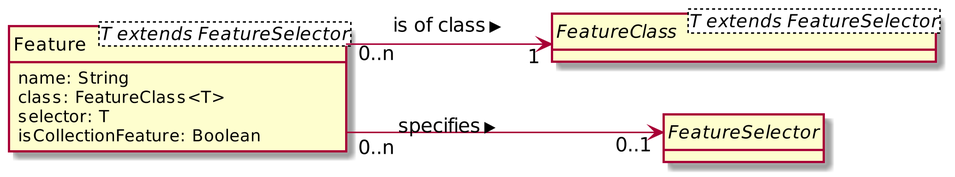
Above: src/main/resources/dsl/features.png in TheGreyKoala/master-thesis (PlantUML), before the change.
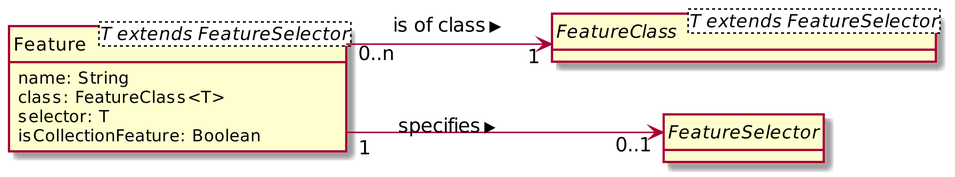
After the commit.

What changed in the source:
```diff
@@ -16,5 +16,5 @@
 abstract class FeatureSelector
 
 Feature "0..n" --> "1" FeatureClass : > is of class
-Feature "0..n" --> "0..1" FeatureSelector : > specifies
+Feature "1" --> "0..1" FeatureSelector : > specifies
 @enduml
```
